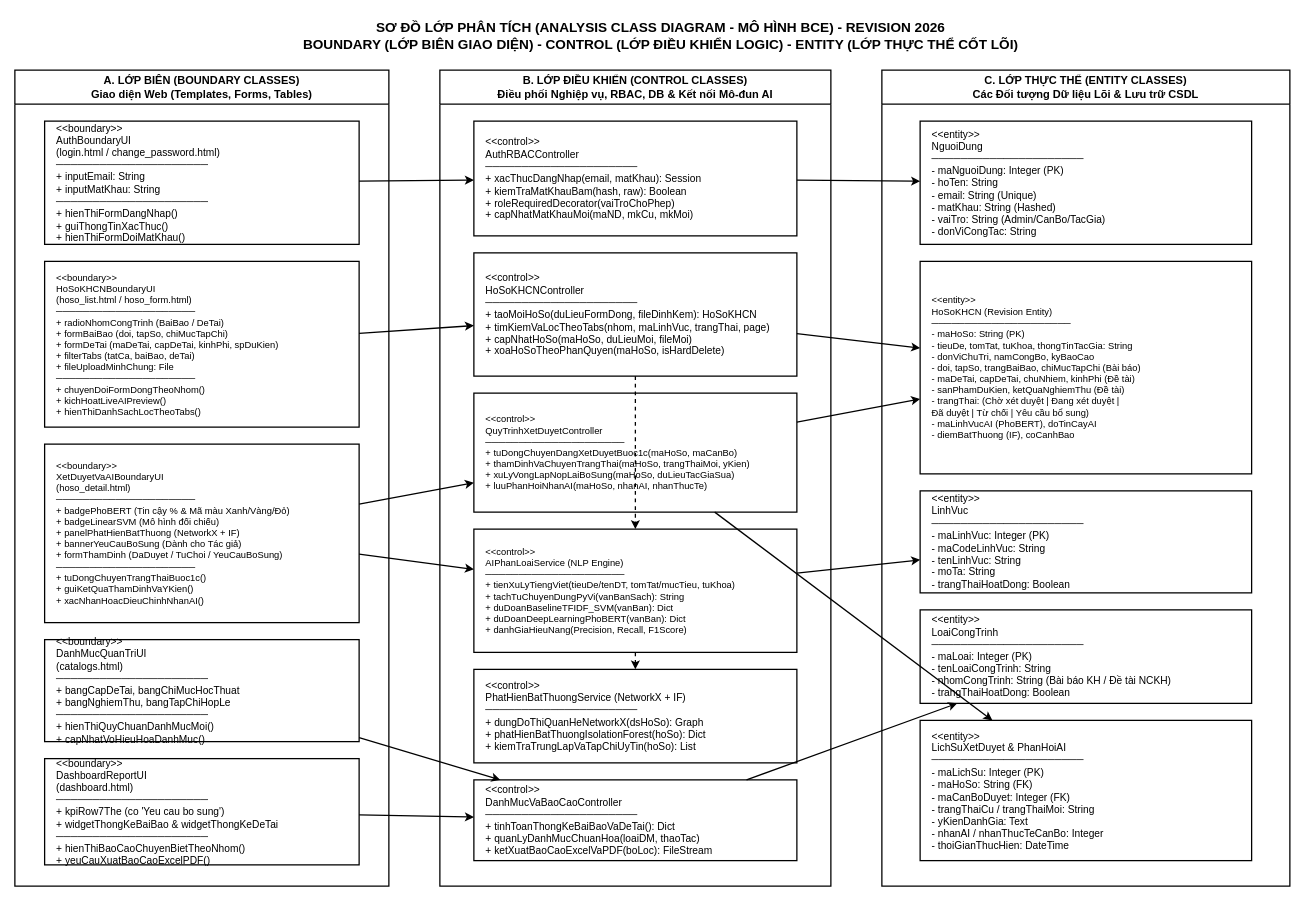
nguyenthanhphat-144/KLCN_2026 keeps this draw.io diagram as diagrams/03_Analysis_Class_Diagram_BCE.drawio. Above is the earlier version. Source tidied: cells renumbered, new cells numbered last; positions are measured from the earlier drawing's top-left corner, leaving out a move shared by most shapes. Both pictures are drawn from the tidied source at 85%, with x=0, y=0 at pixel (14, 14).
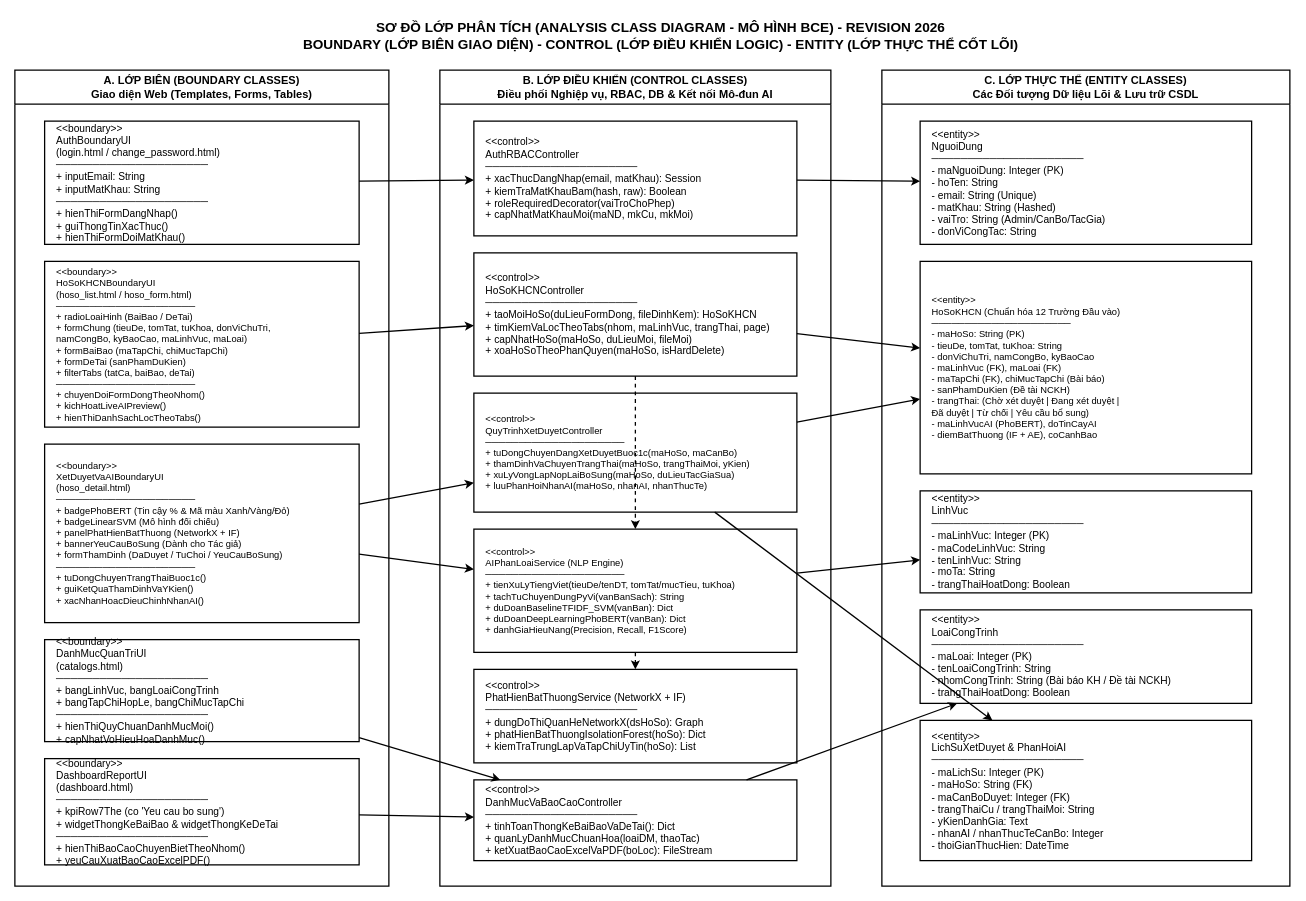
The same page after the edit.

The change refers to these unchanged cells:
```xml
<mxCell id="3" value="A. LỚP BIÊN (BOUNDARY CLASSES)&#10;Giao diện Web (Templates, Forms, Tables)" style="swimlane;whiteSpace=wrap;html=1;startSize=40;fillColor=#FFFFFF;strokeColor=#000000;strokeWidth=1.5;fontStyle=1;fontSize=13;fontColor=#000000;" parent="1" vertex="1">
  <mxGeometry y="65" width="440" height="960" as="geometry" />
</mxCell>
<mxCell id="16" value="C. LỚP THỰC THỂ (ENTITY CLASSES)&#10;Các Đối tượng Dữ liệu Lõi &amp; Lưu trữ CSDL" style="swimlane;whiteSpace=wrap;html=1;startSize=40;fillColor=#FFFFFF;strokeColor=#000000;strokeWidth=1.5;fontStyle=1;fontSize=13;fontColor=#000000;" parent="1" vertex="1">
  <mxGeometry x="1020" y="65" width="480" height="960" as="geometry" />
</mxCell>
```

Change to the diagram source:
```diff
@@
-    <mxCell id="5" value="&amp;lt;&amp;lt;boundary&amp;gt;&amp;gt;&#10;HoSoKHCNBoundaryUI&#10;(hoso_list.html / hoso_form.html)&#10;─────────────────────&#10;+ radioNhomCongTrinh (BaiBao / DeTai)&#10;+ formBaiBao (doi, tapSo, chiMucTapChi)&#10;+ formDeTai (maDeTai, capDeTai, kinhPhi, spDuKien)&#10;+ filterTabs (tatCa, baiBao, deTai)&#10;+ fileUploadMinhChung: File&#10;─────────────────────&#10;+ chuyenDoiFormDongTheoNhom()&#10;+ kichHoatLiveAIPreview()&#10;+ hienThiDanhSachLocTheoTabs()" style="rounded=0;whiteSpace=wrap;html=1;align=left;spacingLeft=12;fillColor=#FFFFFF;strokeColor=#000000;strokeWidth=1.5;fontSize=11;fontColor=#000000;" parent="3" vertex="1">
+    <mxCell id="5" value="&amp;lt;&amp;lt;boundary&amp;gt;&amp;gt;&#10;HoSoKHCNBoundaryUI&#10;(hoso_list.html / hoso_form.html)&#10;─────────────────────&#10;+ radioLoaiHinh (BaiBao / DeTai)&#10;+ formChung (tieuDe, tomTat, tuKhoa, donViChuTri,&#10;             namCongBo, kyBaoCao, maLinhVuc, maLoai)&#10;+ formBaiBao (maTapChi, chiMucTapChi)&#10;+ formDeTai (sanPhamDuKien)&#10;+ filterTabs (tatCa, baiBao, deTai)&#10;─────────────────────&#10;+ chuyenDoiFormDongTheoNhom()&#10;+ kichHoatLiveAIPreview()&#10;+ hienThiDanhSachLocTheoTabs()" style="rounded=0;whiteSpace=wrap;html=1;align=left;spacingLeft=12;fillColor=#FFFFFF;strokeColor=#000000;strokeWidth=1.5;fontSize=11;fontColor=#000000;" parent="3" vertex="1">
       <mxGeometry x="35" y="225" width="370" height="195" as="geometry" />
     </mxCell>
@@
-    <mxCell id="7" value="&amp;lt;&amp;lt;boundary&amp;gt;&amp;gt;&#10;DanhMucQuanTriUI&#10;(catalogs.html)&#10;─────────────────────&#10;+ bangCapDeTai, bangChiMucHocThuat&#10;+ bangNghiemThu, bangTapChiHopLe&#10;─────────────────────&#10;+ hienThiQuyChuanDanhMucMoi()&#10;+ capNhatVoHieuHoaDanhMuc()" style="rounded=0;whiteSpace=wrap;html=1;align=left;spacingLeft=12;fillColor=#FFFFFF;strokeColor=#000000;strokeWidth=1.5;fontSize=12;fontColor=#000000;" parent="3" vertex="1">
+    <mxCell id="7" value="&amp;lt;&amp;lt;boundary&amp;gt;&amp;gt;&#10;DanhMucQuanTriUI&#10;(catalogs.html)&#10;─────────────────────&#10;+ bangLinhVuc, bangLoaiCongTrinh&#10;+ bangTapChiHopLe, bangChiMucTapChi&#10;─────────────────────&#10;+ hienThiQuyChuanDanhMucMoi()&#10;+ capNhatVoHieuHoaDanhMuc()" style="rounded=0;whiteSpace=wrap;html=1;align=left;spacingLeft=12;fillColor=#FFFFFF;strokeColor=#000000;strokeWidth=1.5;fontSize=12;fontColor=#000000;" parent="3" vertex="1">
       <mxGeometry x="35" y="670" width="370" height="120" as="geometry" />
     </mxCell>
@@
-    <mxCell id="18" value="&amp;lt;&amp;lt;entity&amp;gt;&amp;gt;&#10;HoSoKHCN (Revision Entity)&#10;─────────────────────&#10;- maHoSo: String (PK)&#10;- tieuDe, tomTat, tuKhoa, thongTinTacGia: String&#10;- donViChuTri, namCongBo, kyBaoCao&#10;- doi, tapSo, trangBaiBao, chiMucTapChi (Bài báo)&#10;- maDeTai, capDeTai, chuNhiem, kinhPhi (Đề tài)&#10;- sanPhamDuKien, ketQuaNghiemThu (Đề tài)&#10;- trangThai: (Chờ xét duyệt | Đang xét duyệt |&#10;             Đã duyệt | Từ chối | Yêu cầu bổ sung)&#10;- maLinhVucAI (PhoBERT), doTinCayAI&#10;- diemBatThuong (IF), coCanhBao" style="rounded=0;whiteSpace=wrap;html=1;align=left;spacingLeft=12;fillColor=#FFFFFF;strokeColor=#000000;strokeWidth=1.5;fontSize=11;fontColor=#000000;" parent="16" vertex="1">
+    <mxCell id="18" value="&amp;lt;&amp;lt;entity&amp;gt;&amp;gt;&#10;HoSoKHCN (Chuẩn hóa 12 Trường Đầu vào)&#10;─────────────────────&#10;- maHoSo: String (PK)&#10;- tieuDe, tomTat, tuKhoa: String&#10;- donViChuTri, namCongBo, kyBaoCao&#10;- maLinhVuc (FK), maLoai (FK)&#10;- maTapChi (FK), chiMucTapChi (Bài báo)&#10;- sanPhamDuKien (Đề tài NCKH)&#10;- trangThai: (Chờ xét duyệt | Đang xét duyệt |&#10;             Đã duyệt | Từ chối | Yêu cầu bổ sung)&#10;- maLinhVucAI (PhoBERT), doTinCayAI&#10;- diemBatThuong (IF + AE), coCanhBao" style="rounded=0;whiteSpace=wrap;html=1;align=left;spacingLeft=12;fillColor=#FFFFFF;strokeColor=#000000;strokeWidth=1.5;fontSize=11;fontColor=#000000;" parent="16" vertex="1">
       <mxGeometry x="45" y="225" width="390" height="250" as="geometry" />
     </mxCell>
```
